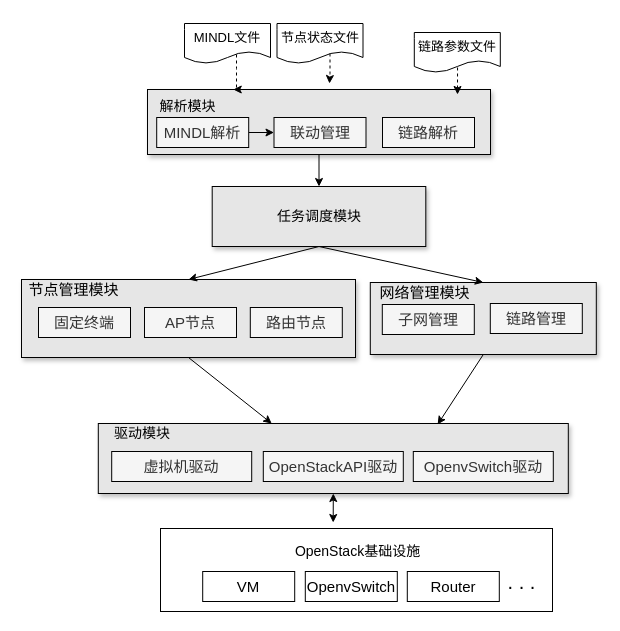
Above: page "renew2_原型系统架构" (5 of 5) of 网络仿真系统.drawio in Icarus1994/neutron_conf (draw.io), before the change. Source tidied: cells renumbered, new cells numbered last; positions are measured from the earlier drawing's top-left corner, leaving out a move shared by most shapes. Both pictures are drawn from the tidied source at 100%, with x=0, y=0 at pixel (21, 23).
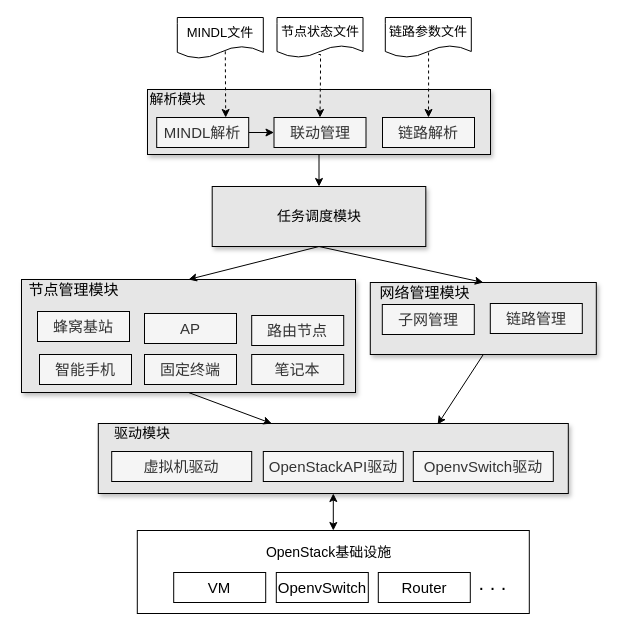
After the change.

The change refers to these unchanged cells:
```xml
<mxCell id="7" style="rounded=0;whiteSpace=wrap;html=1;fillColor=#E6E6E6;shadow=1;" parent="1" vertex="1">
  <mxGeometry x="76.8" y="400" width="470" height="70" as="geometry" />
</mxCell>
<mxCell id="19" style="rounded=0;whiteSpace=wrap;html=1;fontSize=14;fillColor=#E6E6E6;shadow=1;" parent="1" vertex="1">
  <mxGeometry x="126" y="66" width="343" height="65" as="geometry" />
</mxCell>
<mxCell id="21" value="&lt;span style=&quot;font-size: 15px&quot;&gt;MINDL解析&lt;/span&gt;" style="rounded=0;whiteSpace=wrap;html=1;fillColor=#f5f5f5;strokeColor=#000000;fontColor=#333333;" parent="1" vertex="1">
  <mxGeometry x="135.2" y="94" width="92" height="30" as="geometry" />
</mxCell>
<mxCell id="22" value="&lt;span style=&quot;font-size: 15px&quot;&gt;联动管理&lt;/span&gt;" style="rounded=0;whiteSpace=wrap;html=1;fillColor=#f5f5f5;strokeColor=#000000;fontColor=#333333;" parent="1" vertex="1">
  <mxGeometry x="252.5" y="94" width="92" height="30" as="geometry" />
</mxCell>
<mxCell id="38" value="&lt;span style=&quot;font-size: 15px&quot;&gt;链路解析&lt;/span&gt;" style="rounded=0;whiteSpace=wrap;html=1;fillColor=#f5f5f5;strokeColor=#000000;fontColor=#333333;" parent="1" vertex="1">
  <mxGeometry x="361" y="94" width="92" height="30" as="geometry" />
</mxCell>
```

Diff of the diagram source:
```diff
@@
     <mxCell id="2" style="rounded=0;whiteSpace=wrap;html=1;" parent="1" vertex="1">
-      <mxGeometry x="139" y="505" width="392" height="83" as="geometry" />
+      <mxGeometry x="115.8" y="507" width="392" height="83" as="geometry" />
     </mxCell>
@@
     <mxCell id="4" value="链路参数文件" style="shape=document;whiteSpace=wrap;html=1;boundedLbl=1;fontSize=13;" parent="1" vertex="1">
-      <mxGeometry x="392.8" y="9" width="86" height="40" as="geometry" />
+      <mxGeometry x="363.8" y="-6" width="86" height="40" as="geometry" />
     </mxCell>
     <mxCell id="5" value="&lt;font style=&quot;font-size: 13px;&quot;&gt;MINDL文件&lt;/font&gt;" style="shape=document;whiteSpace=wrap;html=1;boundedLbl=1;fontSize=13;" parent="1" vertex="1">
-      <mxGeometry x="163" width="86" height="40" as="geometry" />
+      <mxGeometry x="155.8" y="-6" width="86" height="41" as="geometry" />
     </mxCell>
-    <mxCell id="6" style="edgeStyle=orthogonalEdgeStyle;rounded=0;jettySize=auto;html=1;exitX=0.5;exitY=1;exitDx=0;exitDy=0;entryX=0.468;entryY=0.092;entryDx=0;entryDy=0;entryPerimeter=0;endArrow=classic;endFill=1;fontSize=14;startArrow=classic;startFill=1;" parent="1" edge="1" source="7">
-      <mxGeometry relative="1" as="geometry">
-        <mxPoint x="311.7" y="499" as="targetPoint" />
-      </mxGeometry>
+    <mxCell id="6" style="edgeStyle=orthogonalEdgeStyle;rounded=0;jettySize=auto;html=1;exitX=0.5;exitY=1;exitDx=0;exitDy=0;entryX=0.5;entryY=0;entryDx=0;entryDy=0;endArrow=classic;endFill=1;fontSize=14;startArrow=classic;startFill=1;" parent="1" edge="1" source="7" target="2">
+      <mxGeometry relative="1" as="geometry" />
     </mxCell>
@@
     <mxCell id="12" value="OpenStack基础设施" style="text;html=1;align=center;verticalAlign=middle;fontSize=14;" parent="1" vertex="1">
-      <mxGeometry x="265.8" y="518" width="140" height="20" as="geometry" />
+      <mxGeometry x="236.8" y="519" width="140" height="20" as="geometry" />
     </mxCell>
     <mxCell id="13" value="&lt;span style=&quot;font-size: 15px&quot;&gt;VM&lt;/span&gt;" style="rounded=0;whiteSpace=wrap;html=1;" parent="1" vertex="1">
-      <mxGeometry x="181.2" y="548" width="92" height="30" as="geometry" />
+      <mxGeometry x="152.2" y="549" width="92" height="30" as="geometry" />
     </mxCell>
     <mxCell id="14" value="&lt;span style=&quot;font-size: 15px&quot;&gt;OpenvSwitch&lt;/span&gt;" style="rounded=0;whiteSpace=wrap;html=1;" parent="1" vertex="1">
-      <mxGeometry x="283.8" y="548" width="92" height="30" as="geometry" />
+      <mxGeometry x="254.8" y="549" width="92" height="30" as="geometry" />
     </mxCell>
     <mxCell id="15" value="&lt;span style=&quot;font-size: 15px&quot;&gt;Router&lt;/span&gt;" style="rounded=0;whiteSpace=wrap;html=1;" parent="1" vertex="1">
-      <mxGeometry x="385.8" y="548" width="92" height="30" as="geometry" />
+      <mxGeometry x="356.8" y="549" width="92" height="30" as="geometry" />
     </mxCell>
     <mxCell id="16" value="&lt;font style=&quot;font-size: 20px&quot;&gt;. . .&lt;/font&gt;" style="text;html=1;align=center;verticalAlign=middle;fontSize=14;" parent="1" vertex="1">
-      <mxGeometry x="479.8" y="548" width="40" height="20" as="geometry" />
+      <mxGeometry x="450.8" y="549" width="40" height="20" as="geometry" />
     </mxCell>
     <mxCell id="17" value="节点状态文件" style="shape=document;whiteSpace=wrap;html=1;boundedLbl=1;fontSize=13;" parent="1" vertex="1">
-      <mxGeometry x="255.5" width="86" height="40" as="geometry" />
+      <mxGeometry x="255.5" y="-6" width="86" height="40" as="geometry" />
     </mxCell>
@@
     <mxCell id="23" value="&lt;span style=&quot;font-size: 14px&quot;&gt;解析模块&lt;/span&gt;" style="text;html=1;align=center;verticalAlign=middle;" parent="1" vertex="1">
-      <mxGeometry x="133.2" y="73" width="66" height="19" as="geometry" />
+      <mxGeometry x="123" y="66" width="66" height="19" as="geometry" />
     </mxCell>
@@
-    <mxCell id="25" style="edgeStyle=none;rounded=0;jettySize=auto;html=1;exitX=0.5;exitY=1;exitDx=0;exitDy=0;entryX=0.369;entryY=0;entryDx=0;entryDy=0;entryPerimeter=0;" parent="1" edge="1" source="28" target="7">
-      <mxGeometry relative="1" as="geometry" />
-    </mxCell>
-    <mxCell id="26" style="edgeStyle=orthogonalEdgeStyle;rounded=0;orthogonalLoop=1;jettySize=auto;html=1;exitX=0.503;exitY=0.875;exitDx=0;exitDy=0;dashed=1;exitPerimeter=0;" parent="1" edge="1">
+    <mxCell id="26" style="edgeStyle=orthogonalEdgeStyle;rounded=0;jettySize=auto;html=1;exitX=0.483;exitY=0.925;exitDx=0;exitDy=0;dashed=1;exitPerimeter=0;entryX=0.5;entryY=0;entryDx=0;entryDy=0;" parent="1" edge="1" source="17" target="22">
       <mxGeometry relative="1" as="geometry">
-        <mxPoint x="308.5" y="30" as="sourcePoint" />
-        <mxPoint x="308" y="60" as="targetPoint" />
         <Array as="points">
-          <mxPoint x="308" y="50" />
-          <mxPoint x="308" y="50" />
+          <mxPoint x="299" y="31" />
+          <mxPoint x="299" y="50" />
         </Array>
       </mxGeometry>
     </mxCell>
-    <mxCell id="27" style="edgeStyle=orthogonalEdgeStyle;rounded=0;jettySize=auto;html=1;dashed=1;entryX=0.25;entryY=0;entryDx=0;entryDy=0;" parent="1" edge="1" target="19">
-      <mxGeometry relative="1" as="geometry">
-        <mxPoint x="215" y="31" as="sourcePoint" />
-        <Array as="points">
-          <mxPoint x="215" y="45" />
-          <mxPoint x="215" y="45" />
-        </Array>
-      </mxGeometry>
-    </mxCell>
     <mxCell id="28" style="rounded=0;whiteSpace=wrap;html=1;fillColor=#E6E6E6;shadow=1;" parent="1" vertex="1">
-      <mxGeometry y="256" width="334" height="78" as="geometry" />
+      <mxGeometry y="256" width="334" height="113" as="geometry" />
     </mxCell>
@@
     <mxCell id="30" value="&lt;span style=&quot;font-size: 15px&quot;&gt;路由节点&lt;/span&gt;" style="rounded=0;whiteSpace=wrap;html=1;fillColor=#f5f5f5;strokeColor=#000000;fontColor=#333333;" parent="1" vertex="1">
-      <mxGeometry x="228.8" y="284" width="92" height="30" as="geometry" />
+      <mxGeometry x="230.2" y="292" width="92" height="30" as="geometry" />
     </mxCell>
@@
-    <mxCell id="32" value="&lt;span style=&quot;font-size: 15px&quot;&gt;AP节点&lt;/span&gt;" style="rounded=0;whiteSpace=wrap;html=1;fillColor=#f5f5f5;strokeColor=#000000;fontColor=#333333;" parent="1" vertex="1">
-      <mxGeometry x="123" y="284" width="92" height="30" as="geometry" />
+    <mxCell id="32" value="&lt;span style=&quot;font-size: 15px&quot;&gt;AP&lt;/span&gt;" style="rounded=0;whiteSpace=wrap;html=1;fillColor=#f5f5f5;strokeColor=#000000;fontColor=#333333;" parent="1" vertex="1">
+      <mxGeometry x="123" y="290" width="92" height="30" as="geometry" />
     </mxCell>
     <mxCell id="33" value="&lt;span style=&quot;font-size: 15px&quot;&gt;固定终端&lt;/span&gt;" style="rounded=0;whiteSpace=wrap;html=1;fillColor=#f5f5f5;strokeColor=#000000;fontColor=#333333;" parent="1" vertex="1">
-      <mxGeometry x="17" y="284" width="92" height="30" as="geometry" />
+      <mxGeometry x="123" y="331" width="92" height="30" as="geometry" />
     </mxCell>
@@
-    <mxCell id="36" style="edgeStyle=orthogonalEdgeStyle;rounded=0;jettySize=auto;html=1;exitX=0.503;exitY=0.875;exitDx=0;exitDy=0;dashed=1;exitPerimeter=0;" parent="1" edge="1" source="4">
-      <mxGeometry relative="1" as="geometry">
-        <mxPoint x="436" y="71" as="targetPoint" />
-      </mxGeometry>
+    <mxCell id="36" style="edgeStyle=orthogonalEdgeStyle;rounded=0;jettySize=auto;html=1;exitX=0.503;exitY=0.875;exitDx=0;exitDy=0;dashed=1;exitPerimeter=0;" parent="1" edge="1" source="4" target="38">
+      <mxGeometry relative="1" as="geometry" />
     </mxCell>
@@
+    <mxCell id="41" style="edgeStyle=orthogonalEdgeStyle;rounded=0;jettySize=auto;html=1;exitX=0.558;exitY=0.825;exitDx=0;exitDy=0;dashed=1;exitPerimeter=0;entryX=0.75;entryY=0;entryDx=0;entryDy=0;" parent="1" edge="1" source="5" target="21">
+      <mxGeometry relative="1" as="geometry">
+        <Array as="points">
+          <mxPoint x="204" y="27" />
+        </Array>
+      </mxGeometry>
+    </mxCell>
+    <mxCell id="42" value="&lt;span style=&quot;font-size: 15px&quot;&gt;蜂窝基站&lt;/span&gt;" style="rounded=0;whiteSpace=wrap;html=1;fillColor=#f5f5f5;strokeColor=#000000;fontColor=#333333;" parent="1" vertex="1">
+      <mxGeometry x="16" y="288" width="92" height="30" as="geometry" />
+    </mxCell>
+    <mxCell id="43" value="&lt;span style=&quot;font-size: 15px&quot;&gt;笔记本&lt;/span&gt;" style="rounded=0;whiteSpace=wrap;html=1;fillColor=#f5f5f5;strokeColor=#000000;fontColor=#333333;" parent="1" vertex="1">
+      <mxGeometry x="230.2" y="331" width="92" height="30" as="geometry" />
+    </mxCell>
+    <mxCell id="44" value="&lt;span style=&quot;font-size: 15px&quot;&gt;智能手机&lt;/span&gt;" style="rounded=0;whiteSpace=wrap;html=1;fillColor=#f5f5f5;strokeColor=#000000;fontColor=#333333;" parent="1" vertex="1">
+      <mxGeometry x="18" y="331" width="92" height="30" as="geometry" />
+    </mxCell>
+    <mxCell id="25" style="edgeStyle=none;rounded=0;jettySize=auto;html=1;exitX=0.5;exitY=1;exitDx=0;exitDy=0;entryX=0.369;entryY=0;entryDx=0;entryDy=0;entryPerimeter=0;" parent="1" edge="1" source="28" target="7">
+      <mxGeometry relative="1" as="geometry" />
+    </mxCell>
```
